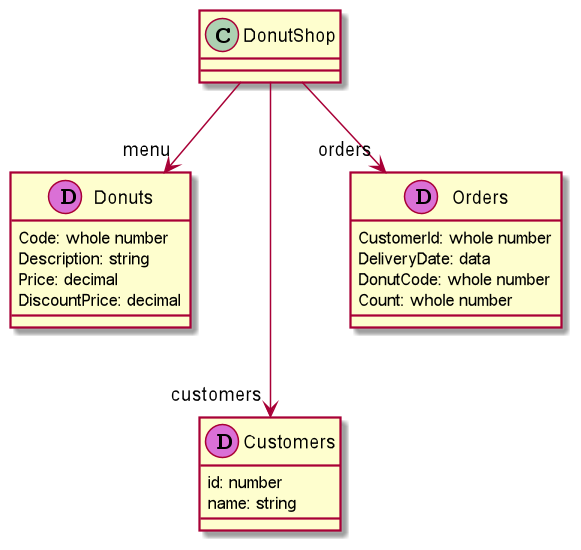
Before: DonutShopDomain.png, a diagram exported from PlantUML (vmzakharov/dataframe-ec-kata).
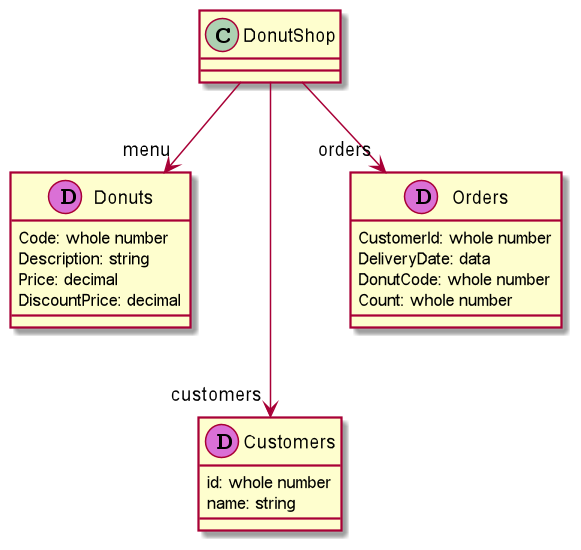
The same file after the commit.

What changed in the source:
```diff
@@ -9,7 +9,7 @@
 }
 class Customers << (D,orchid) >>
 {
-id: number
+id: whole number
 name: string
 }
 class Orders << (D,orchid) >>
```
